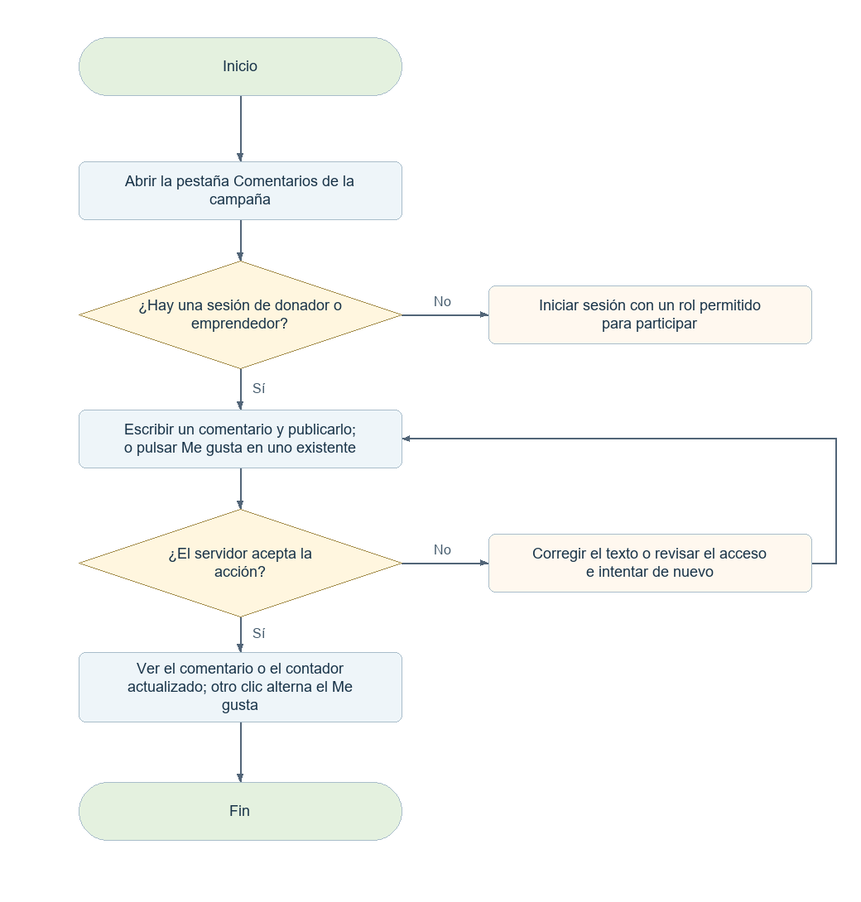
elingeyesdev/t3-crowdfunding-inversion keeps this Mermaid diagram as docs/diagramas-web/png/C09.png. Above is the earlier version. Its source is kept beside it as docs/diagramas-web/mermaid/C09.mmd. Source of this version:
```mermaid
flowchart TD
  N0(["Inicio"])
  N0 --> N1
  N1["Abrir la pestaña Comentarios de la campaña"]
  N1 --> N2
  N2{"¿Hay una sesión de donador o emprendedor?"}
  N2 -->|"Sí"| N3
  B2(["Iniciar sesión con un rol permitido para participar"])
  N2 -->|"No"| B2
  N3["Escribir un comentario y publicarlo; o pulsar Me gusta en uno existente"]
  N3 --> N4
  N4{"¿El servidor acepta la acción?"}
  N4 -->|"Sí"| N5
  B4["Corregir el texto o revisar el acceso e intentar de nuevo"]
  N4 -->|"No"| B4
  B4 --> N3
  N5["Ver el comentario o el contador actualizado; otro clic alterna el Me gusta"]
  N5 --> N6
  N6(["Fin"])
```
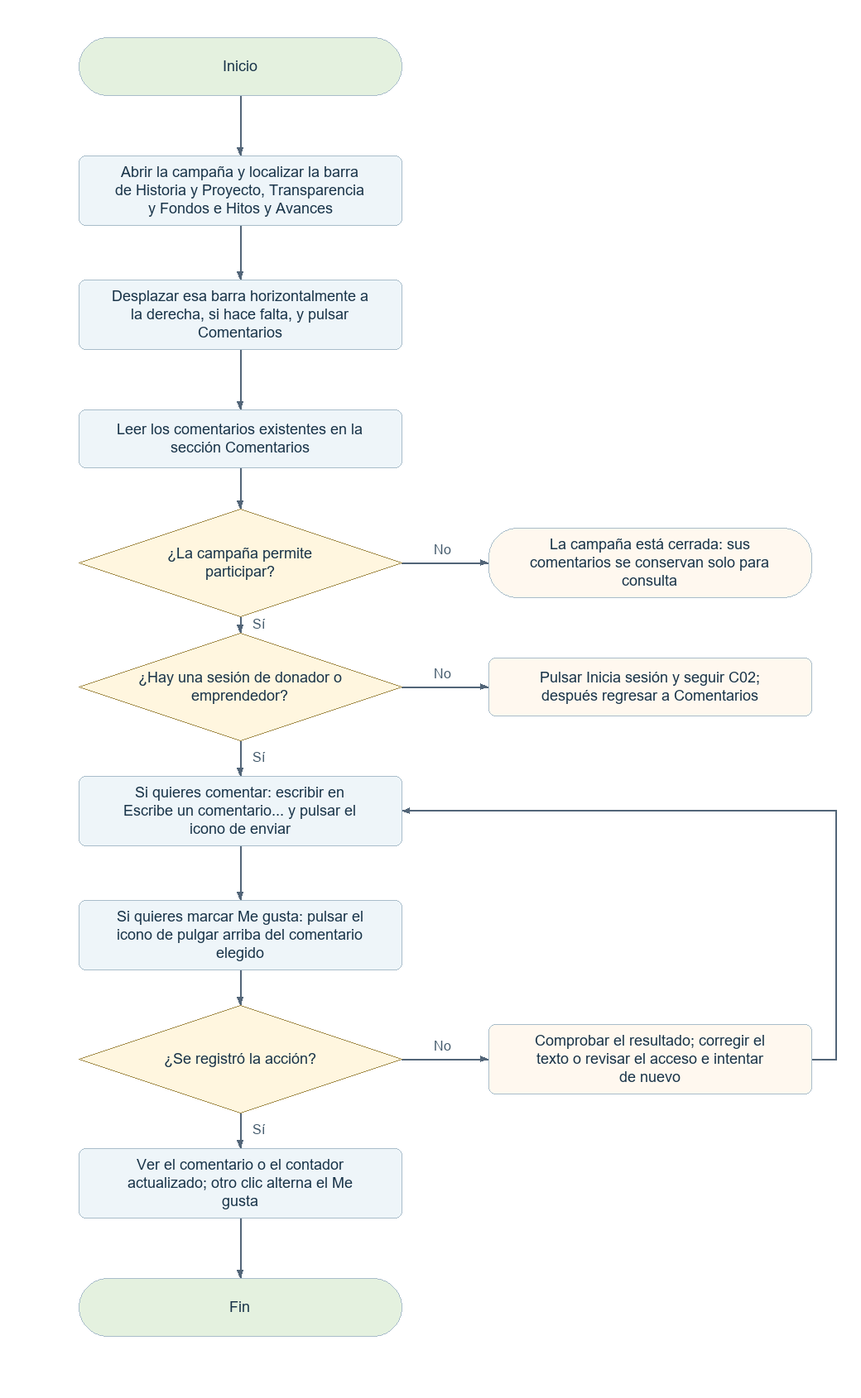
After the commit.

The edit, as a diff of the source:
```diff
@@ -1,19 +1,29 @@
 flowchart TD
   N0(["Inicio"])
   N0 --> N1
-  N1["Abrir la pestaña Comentarios de la campaña"]
+  N1["Abrir la campaña y localizar la barra de Historia y Proyecto, Transparencia y Fondos e Hitos y Avances"]
   N1 --> N2
-  N2{"¿Hay una sesión de donador o emprendedor?"}
-  N2 -->|"Sí"| N3
-  B2(["Iniciar sesión con un rol permitido para participar"])
-  N2 -->|"No"| B2
-  N3["Escribir un comentario y publicarlo; o pulsar Me gusta en uno existente"]
+  N2["Desplazar esa barra horizontalmente a la derecha, si hace falta, y pulsar Comentarios"]
+  N2 --> N3
+  N3["Leer los comentarios existentes en la sección Comentarios"]
   N3 --> N4
-  N4{"¿El servidor acepta la acción?"}
+  N4{"¿La campaña permite participar?"}
   N4 -->|"Sí"| N5
-  B4["Corregir el texto o revisar el acceso e intentar de nuevo"]
+  B4(["La campaña está cerrada: sus comentarios se conservan solo para consulta"])
   N4 -->|"No"| B4
-  B4 --> N3
-  N5["Ver el comentario o el contador actualizado; otro clic alterna el Me gusta"]
-  N5 --> N6
-  N6(["Fin"])
+  N5{"¿Hay una sesión de donador o emprendedor?"}
+  N5 -->|"Sí"| N6
+  B5(["Pulsar Inicia sesión y seguir C02; después regresar a Comentarios"])
+  N5 -->|"No"| B5
+  N6["Si quieres comentar: escribir en Escribe un comentario... y pulsar el icono de enviar"]
+  N6 --> N7
+  N7["Si quieres marcar Me gusta: pulsar el icono de pulgar arriba del comentario elegido"]
+  N7 --> N8
+  N8{"¿Se registró la acción?"}
+  N8 -->|"Sí"| N9
+  B8["Comprobar el resultado; corregir el texto o revisar el acceso e intentar de nuevo"]
+  N8 -->|"No"| B8
+  B8 --> N6
+  N9["Ver el comentario o el contador actualizado; otro clic alterna el Me gusta"]
+  N9 --> N10
+  N10(["Fin"])
```
